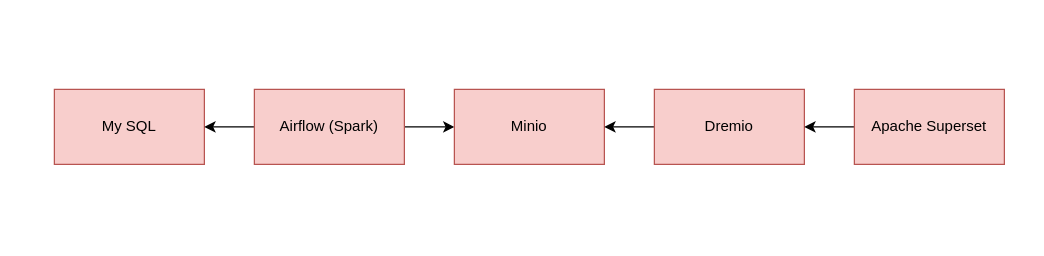
Earlier version of the draw.io diagram page "Page-2" (2 of 2) of Untitled Diagram.drawio (CharismaJuniK/File). Source tidied: cells renumbered, new cells numbered last; positions are measured from the earlier drawing's top-left corner, leaving out a move shared by most shapes. Both pictures are drawn from the tidied source at 125%, with x=0, y=0 at pixel (54, 89).
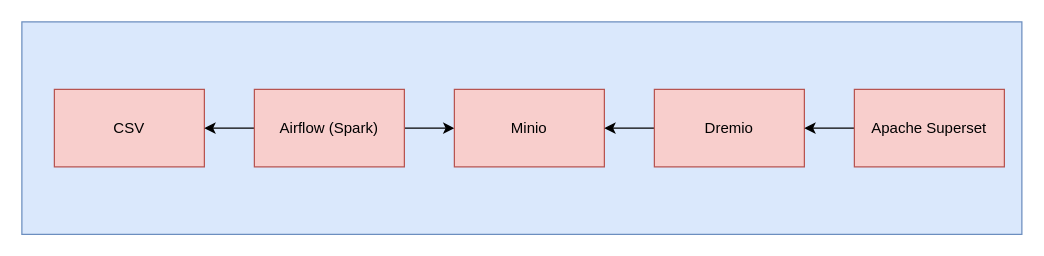
Above is the later version.

The edit, as a diff of the source:
```diff
@@
 <mxGraphModel>
   <root>
     <mxCell id="0" />
     <mxCell id="1" parent="0" />
+    <mxCell id="11" style="rounded=0;whiteSpace=wrap;html=1;hachureGap=4;fillColor=#dae8fc;strokeColor=#6c8ebf;" parent="1" vertex="1">
+      <mxGeometry x="-26" y="-54" width="800" height="170" as="geometry" />
+    </mxCell>
-    <mxCell id="2" value="My SQL" style="rounded=0;whiteSpace=wrap;html=1;fillColor=#f8cecc;strokeColor=#b85450;" parent="1" vertex="1">
-      <mxGeometry width="120" height="60" as="geometry" />
+    <mxCell id="2" value="CSV" style="rounded=0;whiteSpace=wrap;html=1;fillColor=#f8cecc;strokeColor=#b85450;" parent="1" vertex="1">
+      <mxGeometry width="120" height="62" as="geometry" />
     </mxCell>
     <mxCell id="3" style="edgeStyle=orthogonalEdgeStyle;rounded=0;jettySize=auto;html=1;entryX=1;entryY=0.5;entryDx=0;entryDy=0;" parent="1" edge="1" source="5" target="2">
       <mxGeometry relative="1" as="geometry" />
     </mxCell>
     <mxCell id="4" style="edgeStyle=orthogonalEdgeStyle;rounded=0;jettySize=auto;html=1;exitX=1;exitY=0.5;exitDx=0;exitDy=0;entryX=0;entryY=0.5;entryDx=0;entryDy=0;" parent="1" edge="1" source="5" target="6">
       <mxGeometry relative="1" as="geometry" />
     </mxCell>
     <mxCell id="5" value="Airflow (Spark)" style="rounded=0;whiteSpace=wrap;html=1;fillColor=#f8cecc;strokeColor=#b85450;" parent="1" vertex="1">
-      <mxGeometry x="160" width="120" height="60" as="geometry" />
+      <mxGeometry x="160" width="120" height="62" as="geometry" />
     </mxCell>
     <mxCell id="6" value="Minio" style="rounded=0;whiteSpace=wrap;html=1;fillColor=#f8cecc;strokeColor=#b85450;" parent="1" vertex="1">
-      <mxGeometry x="320" width="120" height="60" as="geometry" />
+      <mxGeometry x="320" width="120" height="62" as="geometry" />
     </mxCell>
     <mxCell id="7" style="edgeStyle=orthogonalEdgeStyle;rounded=0;jettySize=auto;html=1;exitX=0;exitY=0.5;exitDx=0;exitDy=0;entryX=1;entryY=0.5;entryDx=0;entryDy=0;" parent="1" edge="1" source="8" target="6">
       <mxGeometry relative="1" as="geometry" />
     </mxCell>
     <mxCell id="8" value="Dremio" style="rounded=0;whiteSpace=wrap;html=1;fillColor=#f8cecc;strokeColor=#b85450;" parent="1" vertex="1">
-      <mxGeometry x="480" width="120" height="60" as="geometry" />
+      <mxGeometry x="480" width="120" height="62" as="geometry" />
     </mxCell>
     <mxCell id="9" style="edgeStyle=orthogonalEdgeStyle;rounded=0;jettySize=auto;html=1;exitX=0;exitY=0.5;exitDx=0;exitDy=0;" parent="1" edge="1" source="10" target="8">
       <mxGeometry relative="1" as="geometry" />
     </mxCell>
     <mxCell id="10" value="Apache Superset" style="rounded=0;whiteSpace=wrap;html=1;fillColor=#f8cecc;strokeColor=#b85450;" parent="1" vertex="1">
-      <mxGeometry x="640" width="120" height="60" as="geometry" />
+      <mxGeometry x="640" width="120" height="62" as="geometry" />
     </mxCell>
   </root>
 </mxGraphModel>
```
